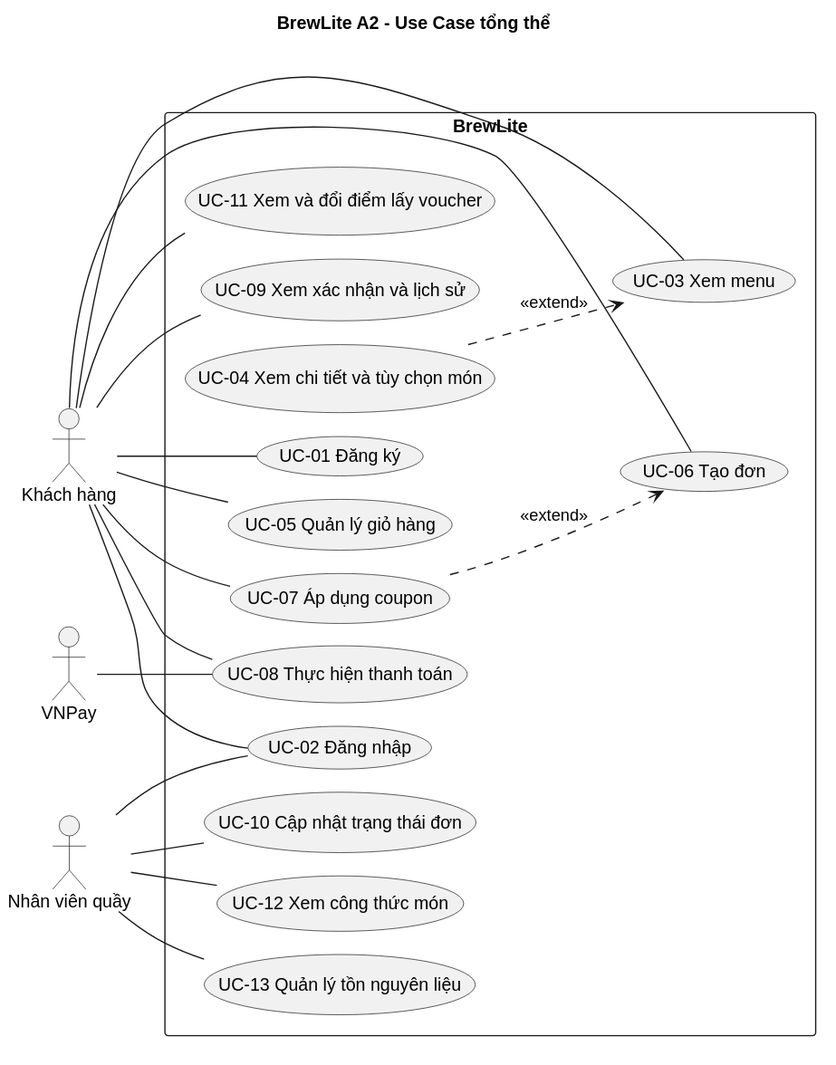
The PlantUML diagram docs/diagrams/use-case-overview.svg in Fatcatmmb-sudo/BrewLite_A2, before a commit. Source of this version:
```plantuml
@startuml
!pragma layout smetana
left to right direction
title BrewLite A2 - Use Case tổng thể
skinparam defaultFontName Arial
skinparam shadowing false
actor "Khách hàng" as Customer
actor "Nhân viên quầy" as Staff
actor "VNPay" as Gateway
rectangle "BrewLite" {
  usecase "UC-01 Đăng ký" as UC01
  usecase "UC-02 Đăng nhập" as UC02
  usecase "UC-03 Xem menu" as UC03
  usecase "UC-04 Xem chi tiết và tùy chọn món" as UC04
  usecase "UC-05 Quản lý giỏ hàng" as UC05
  usecase "UC-06 Tạo đơn" as UC06
  usecase "UC-07 Áp dụng coupon" as UC07
  usecase "UC-08 Thực hiện thanh toán" as UC08
  usecase "UC-09 Xem xác nhận và lịch sử" as UC09
  usecase "UC-10 Cập nhật trạng thái đơn" as UC10
  usecase "UC-11 Xem và đổi điểm lấy voucher" as UC11
  usecase "UC-12 Xem công thức món" as UC12
  usecase "UC-13 Quản lý tồn nguyên liệu" as UC13
}
Customer -- UC01
Customer -- UC02
Customer -- UC03
Customer -- UC05
Customer -- UC06
Customer -- UC07
Customer -- UC08
Customer -- UC09
Customer -- UC11
Staff -- UC02
Staff -- UC10
Staff -- UC12
Staff -- UC13
Gateway -- UC08
UC04 ..> UC03 : <<extend>>
UC07 ..> UC06 : <<extend>>
@enduml
```
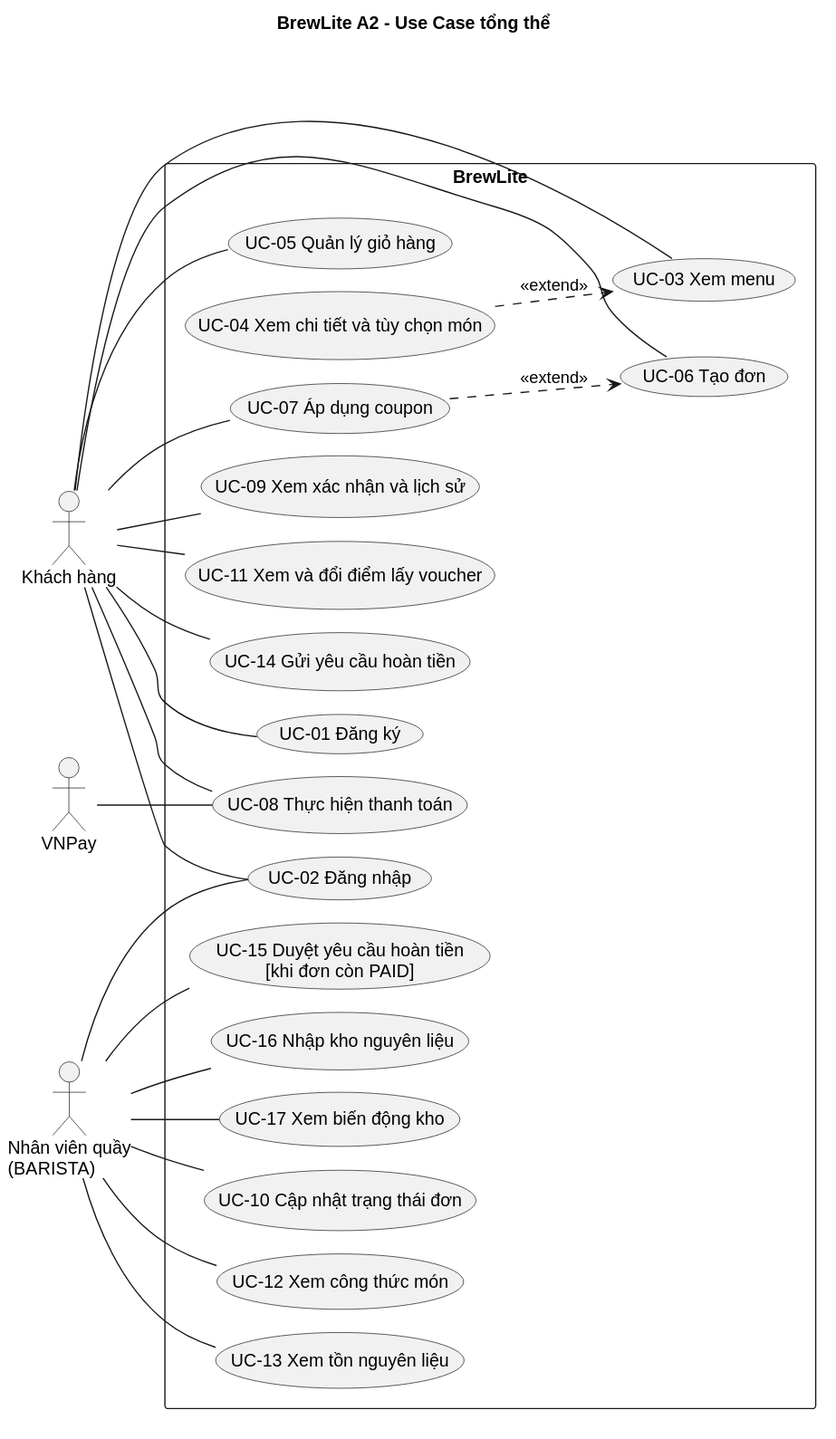
The same file after the commit.

Change to the diagram source:
```diff
@@ -5,7 +5,7 @@
 skinparam defaultFontName Arial
 skinparam shadowing false
 actor "Khách hàng" as Customer
-actor "Nhân viên quầy" as Staff
+actor "Nhân viên quầy\n(BARISTA)" as Staff
 actor "VNPay" as Gateway
 rectangle "BrewLite" {
   usecase "UC-01 Đăng ký" as UC01
@@ -20,7 +20,11 @@
   usecase "UC-10 Cập nhật trạng thái đơn" as UC10
   usecase "UC-11 Xem và đổi điểm lấy voucher" as UC11
   usecase "UC-12 Xem công thức món" as UC12
-  usecase "UC-13 Quản lý tồn nguyên liệu" as UC13
+  usecase "UC-13 Xem tồn nguyên liệu" as UC13
+  usecase "UC-14 Gửi yêu cầu hoàn tiền" as UC14
+  usecase "UC-15 Duyệt yêu cầu hoàn tiền\n[khi đơn còn PAID]" as UC15
+  usecase "UC-16 Nhập kho nguyên liệu" as UC16
+  usecase "UC-17 Xem biến động kho" as UC17
 }
 Customer -- UC01
 Customer -- UC02
@@ -31,10 +35,14 @@
 Customer -- UC08
 Customer -- UC09
 Customer -- UC11
+Customer -- UC14
 Staff -- UC02
 Staff -- UC10
 Staff -- UC12
 Staff -- UC13
+Staff -- UC15
+Staff -- UC16
+Staff -- UC17
 Gateway -- UC08
 UC04 ..> UC03 : <<extend>>
 UC07 ..> UC06 : <<extend>>
```
